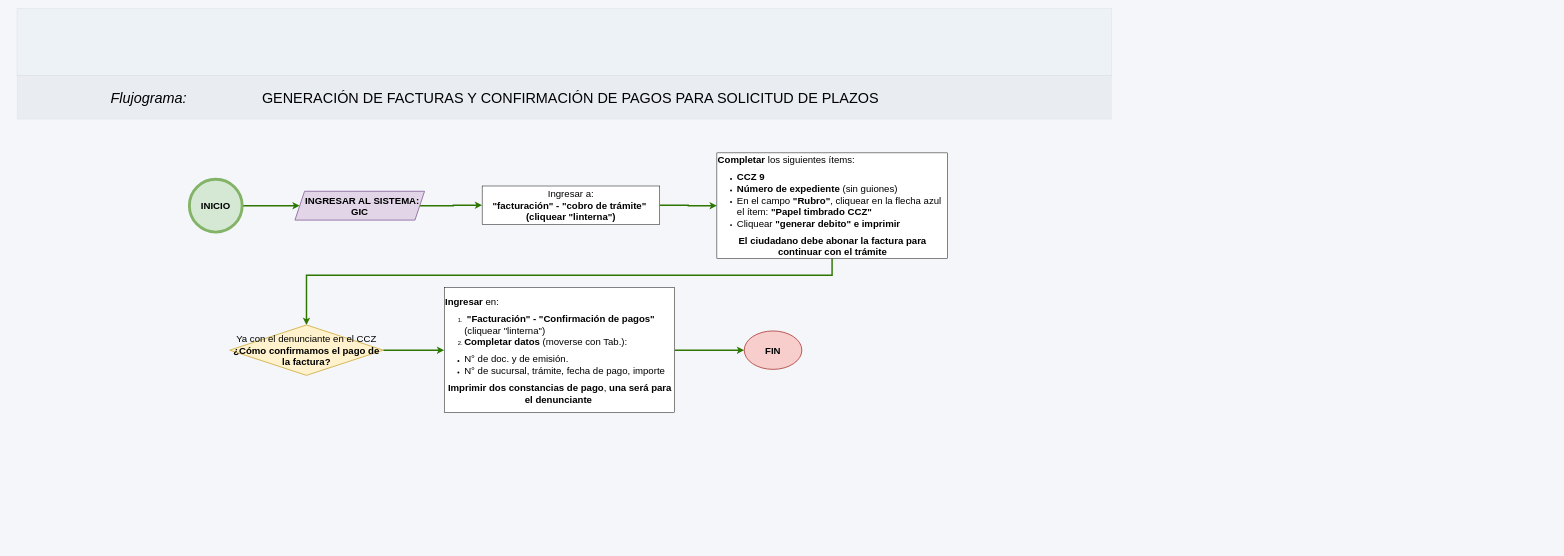
Before: Facturas_por_plazo/Factura por plazos.drawio in adlc20/Manual_de_procedimientos_ccz9, a draw.io diagram. Source tidied: cells renumbered, new cells numbered last; positions are measured from the earlier drawing's top-left corner, leaving out a move shared by most shapes. Both pictures are drawn from the tidied source at 48%, with x=0, y=0 at pixel (17, 8).
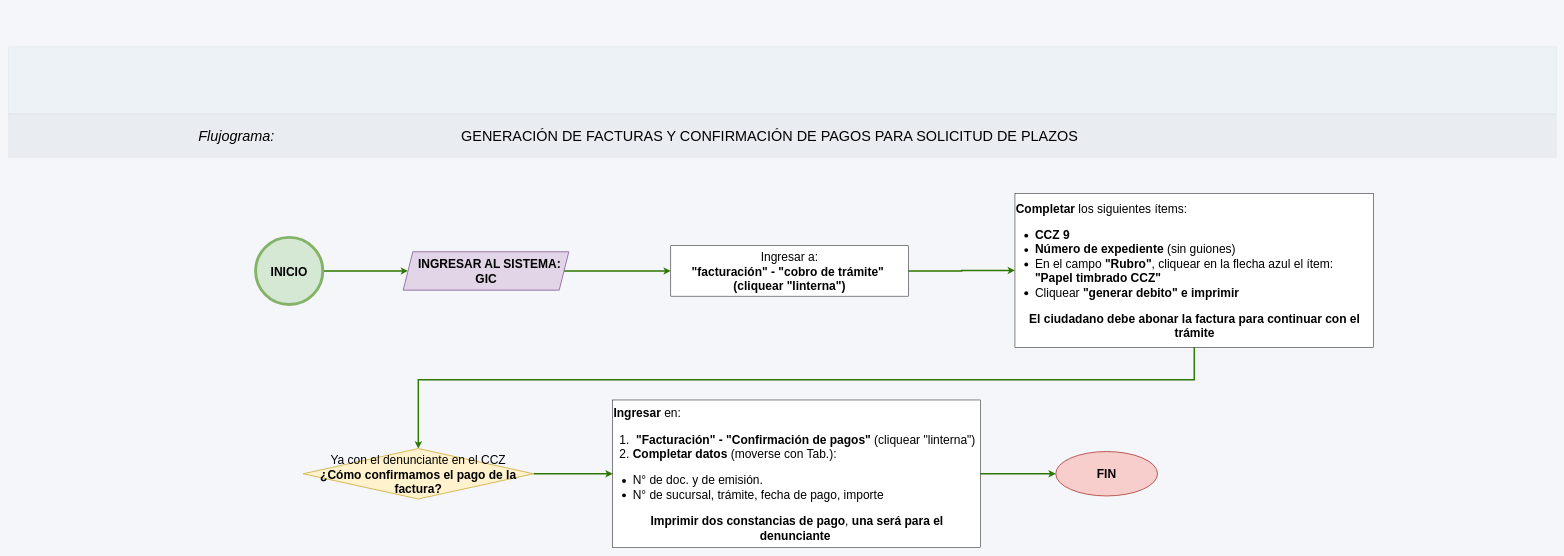
The same diagram, later.

What changed in the source:
```diff
@@
-    <mxCell id="2" style="verticalLabelPosition=bottom;verticalAlign=middle;html=1;shape=mxgraph.basic.patternFillRect;step=5;fillStrokeWidth=0.2;fillStrokeColor=#dddddd;fillColor=#EDF2F7;strokeWidth=0;dashed=1;dashPattern=1 4;rounded=1;align=center;fontFamily=Helvetica;fontSize=12;fontColor=#2D3748;" parent="1" vertex="1">
-      <mxGeometry width="2280" height="140" as="geometry" />
-    </mxCell>
-    <mxCell id="3" style="verticalLabelPosition=bottom;verticalAlign=top;html=1;shape=mxgraph.basic.patternFillRect;fillStyle=auto;step=5;fillStrokeWidth=0.2;fillStrokeColor=#dddddd;fillColor=#E0E5EB;strokeWidth=0;strokeColor=default;opacity=50;fontColor=#ffffff;shadow=0;comic=0;align=center;fontFamily=Helvetica;fontSize=12;gradientColor=none;" parent="1" vertex="1">
-      <mxGeometry y="140" width="2280" height="91" as="geometry" />
-    </mxCell>
+    <mxCell id="19" style="verticalLabelPosition=bottom;verticalAlign=middle;html=1;shape=mxgraph.basic.patternFillRect;step=5;fillStrokeWidth=0.2;fillStrokeColor=#dddddd;fillColor=#EDF2F7;strokeWidth=0;dashed=1;dashPattern=1 4;rounded=1;align=center;fontFamily=Helvetica;fontSize=12;fontColor=#2D3748;" parent="1" vertex="1">
+      <mxGeometry x="-18" y="80" width="3225" height="140" as="geometry" />
+    </mxCell>
+    <mxCell id="20" style="verticalLabelPosition=bottom;verticalAlign=top;html=1;shape=mxgraph.basic.patternFillRect;fillStyle=auto;step=5;fillStrokeWidth=0.2;fillStrokeColor=#dddddd;fillColor=#E0E5EB;strokeWidth=0;strokeColor=default;opacity=50;fontColor=#ffffff;shadow=0;comic=0;align=center;fontFamily=Helvetica;fontSize=12;gradientColor=none;" parent="1" vertex="1">
+      <mxGeometry x="-18" y="220" width="3225" height="91" as="geometry" />
+    </mxCell>
     <mxCell id="4" value="&lt;font style=&quot;font-size: 30px;&quot;&gt;&lt;i&gt;Flujograma:&lt;/i&gt;&lt;/font&gt;&amp;nbsp;" style="text;html=1;whiteSpace=wrap;strokeColor=none;fillColor=none;align=center;verticalAlign=middle;rounded=0;" parent="1" vertex="1">
-      <mxGeometry x="146" y="170.5" width="260" height="30" as="geometry" />
+      <mxGeometry x="329" y="250.5" width="260" height="30" as="geometry" />
     </mxCell>
     <mxCell id="5" value="&lt;span style=&quot;font-size: 30px;&quot;&gt;GENERACIÓN DE FACTURAS Y CONFIRMACIÓN DE PAGOS PARA SOLICITUD DE PLAZOS&lt;/span&gt;" style="text;html=1;whiteSpace=wrap;strokeColor=none;fillColor=none;align=center;verticalAlign=middle;rounded=0;" parent="1" vertex="1">
-      <mxGeometry x="478" y="150.5" width="1350" height="70" as="geometry" />
+      <mxGeometry x="893" y="230.5" width="1350" height="70" as="geometry" />
     </mxCell>
-    <mxCell id="6" style="edgeStyle=orthogonalEdgeStyle;rounded=0;jettySize=auto;html=1;exitX=1;exitY=0.5;exitDx=0;exitDy=0;fillColor=#60a917;strokeColor=#2D7600;strokeWidth=3;" parent="1" edge="1" source="7" target="9">
+    <mxCell id="6" style="edgeStyle=orthogonalEdgeStyle;rounded=0;jettySize=auto;html=1;exitX=1;exitY=0.5;exitDx=0;exitDy=0;fillColor=#60a917;strokeColor=#2D7600;strokeWidth=3;fontSize=25;" parent="1" edge="1" source="7" target="9">
       <mxGeometry relative="1" as="geometry" />
     </mxCell>
-    <mxCell id="7" value="&lt;font style=&quot;font-size: 20px;&quot;&gt;INICIO&lt;/font&gt;" style="ellipse;whiteSpace=wrap;html=1;fillColor=#d5e8d4;strokeColor=#82b366;strokeWidth=6;fontStyle=1;" parent="1" vertex="1">
-      <mxGeometry x="359" y="356" width="110" height="110" as="geometry" />
+    <mxCell id="7" value="&lt;font&gt;INICIO&lt;/font&gt;" style="ellipse;whiteSpace=wrap;html=1;fillColor=#d5e8d4;strokeColor=#82b366;strokeWidth=6;fontStyle=1;fontSize=25;" parent="1" vertex="1">
+      <mxGeometry x="497" y="477" width="140" height="140" as="geometry" />
     </mxCell>
-    <mxCell id="8" style="edgeStyle=orthogonalEdgeStyle;rounded=0;jettySize=auto;html=1;exitX=1;exitY=0.5;exitDx=0;exitDy=0;fillColor=#60a917;strokeColor=#2D7600;strokeWidth=3;" parent="1" edge="1" source="9" target="11">
+    <mxCell id="8" style="edgeStyle=orthogonalEdgeStyle;rounded=0;jettySize=auto;html=1;exitX=1;exitY=0.5;exitDx=0;exitDy=0;fillColor=#60a917;strokeColor=#2D7600;strokeWidth=3;fontSize=25;" parent="1" edge="1" source="9" target="11">
       <mxGeometry relative="1" as="geometry" />
     </mxCell>
-    <mxCell id="9" value="&lt;font style=&quot;font-size: 20px;&quot;&gt;&lt;b&gt;&amp;nbsp; &amp;nbsp;INGRESAR AL SISTEMA:&amp;nbsp;&lt;/b&gt;&lt;/font&gt;&lt;div&gt;&lt;font style=&quot;font-size: 20px;&quot;&gt;&lt;b&gt;GIC&lt;/b&gt;&lt;/font&gt;&lt;/div&gt;" style="shape=parallelogram;perimeter=parallelogramPerimeter;whiteSpace=wrap;html=1;fixedSize=1;fillColor=#e1d5e7;strokeColor=#9673a6;strokeWidth=2;" parent="1" vertex="1">
-      <mxGeometry x="579" y="381" width="270" height="60" as="geometry" />
+    <mxCell id="9" value="&lt;font&gt;&lt;b&gt;&amp;nbsp; &amp;nbsp;INGRESAR AL SISTEMA:&amp;nbsp;&lt;/b&gt;&lt;/font&gt;&lt;div&gt;&lt;font&gt;&lt;b&gt;GIC&lt;/b&gt;&lt;/font&gt;&lt;/div&gt;" style="shape=parallelogram;perimeter=parallelogramPerimeter;whiteSpace=wrap;html=1;fixedSize=1;fillColor=#e1d5e7;strokeColor=#9673a6;strokeWidth=2;fontSize=25;" parent="1" vertex="1">
+      <mxGeometry x="804.5" y="507" width="345" height="80" as="geometry" />
     </mxCell>
-    <mxCell id="10" style="edgeStyle=orthogonalEdgeStyle;rounded=0;jettySize=auto;html=1;exitX=1;exitY=0.5;exitDx=0;exitDy=0;fillColor=#60a917;strokeColor=#2D7600;strokeWidth=3;" parent="1" edge="1" source="11" target="13">
+    <mxCell id="10" style="edgeStyle=orthogonalEdgeStyle;rounded=0;jettySize=auto;html=1;exitX=1;exitY=0.5;exitDx=0;exitDy=0;fillColor=#60a917;strokeColor=#2D7600;strokeWidth=3;fontSize=25;" parent="1" edge="1" source="11" target="13">
       <mxGeometry relative="1" as="geometry" />
     </mxCell>
-    <mxCell id="11" value="&lt;font style=&quot;font-size: 20px;&quot;&gt;Ingresar a:&lt;/font&gt;&lt;div&gt;&lt;font style=&quot;font-size: 20px;&quot;&gt;&lt;b&gt; &quot;facturación&quot; -&lt;/b&gt; &lt;b&gt;&quot;cobro de trámite&quot;&lt;/b&gt;&amp;nbsp;&lt;/font&gt;&lt;/div&gt;&lt;div&gt;&lt;font style=&quot;font-size: 20px;&quot;&gt;&lt;b&gt;(cliquear &quot;linterna&quot;)&lt;/b&gt;&lt;/font&gt;&lt;/div&gt;" style="rounded=0;whiteSpace=wrap;html=1;" parent="1" vertex="1">
-      <mxGeometry x="969" y="370" width="370" height="80" as="geometry" />
+    <mxCell id="11" value="&lt;font&gt;Ingresar a:&lt;/font&gt;&lt;div&gt;&lt;font&gt;&lt;b&gt; &quot;facturación&quot; -&lt;/b&gt; &lt;b&gt;&quot;cobro de trámite&quot;&lt;/b&gt;&amp;nbsp;&lt;/font&gt;&lt;/div&gt;&lt;div&gt;&lt;font&gt;&lt;b&gt;(cliquear &quot;linterna&quot;)&lt;/b&gt;&lt;/font&gt;&lt;/div&gt;" style="rounded=0;whiteSpace=wrap;html=1;fontSize=25;" parent="1" vertex="1">
+      <mxGeometry x="1362" y="494.5" width="495" height="105" as="geometry" />
     </mxCell>
-    <mxCell id="12" style="edgeStyle=orthogonalEdgeStyle;rounded=0;jettySize=auto;html=1;exitX=0.5;exitY=1;exitDx=0;exitDy=0;entryX=0.5;entryY=0;entryDx=0;entryDy=0;fillColor=#60a917;strokeColor=#2D7600;strokeWidth=3;" parent="1" edge="1" source="13" target="15">
+    <mxCell id="12" style="edgeStyle=orthogonalEdgeStyle;rounded=0;jettySize=auto;html=1;exitX=0.5;exitY=1;exitDx=0;exitDy=0;entryX=0.5;entryY=0;entryDx=0;entryDy=0;fillColor=#60a917;strokeColor=#2D7600;strokeWidth=3;fontSize=25;" parent="1" edge="1" source="13" target="15">
       <mxGeometry relative="1" as="geometry">
         <Array as="points">
-          <mxPoint x="1672" y="555.9" />
-          <mxPoint x="628.9" y="555.9" />
+          <mxPoint x="2452.5" y="773.5" />
+          <mxPoint x="836" y="773.5" />
         </Array>
       </mxGeometry>
     </mxCell>
-    <mxCell id="13" value="&lt;font style=&quot;font-size: 20px;&quot;&gt;&lt;b&gt;Completar&lt;/b&gt; los siguientes ítems:&lt;/font&gt;&lt;div&gt;&lt;ul&gt;&lt;li&gt;&lt;font style=&quot;font-size: 20px;&quot;&gt;&lt;b&gt;CCZ 9&amp;nbsp;&lt;/b&gt;&lt;/font&gt;&lt;/li&gt;&lt;li&gt;&lt;font style=&quot;font-size: 20px;&quot;&gt;&lt;b&gt;Número de expediente &lt;/b&gt;(sin guiones)&lt;/font&gt;&lt;/li&gt;&lt;li&gt;&lt;font style=&quot;font-size: 20px;&quot;&gt;En el campo&lt;b&gt; &quot;Rubro&quot;&lt;/b&gt;, cliquear en la flecha azul el ítem: &lt;b&gt;&quot;Papel timbrado CCZ&quot;&lt;/b&gt;&amp;nbsp;&lt;/font&gt;&lt;/li&gt;&lt;li&gt;&lt;font style=&quot;font-size: 20px;&quot;&gt;Cliquear&lt;b&gt; &quot;generar debito&quot; e imprimir&lt;/b&gt;&lt;/font&gt;&lt;/li&gt;&lt;/ul&gt;&lt;span style=&quot;font-size: 20px;&quot;&gt;&lt;div style=&quot;text-align: center;&quot;&gt;&lt;b style=&quot;background-color: transparent; color: light-dark(rgb(0, 0, 0), rgb(255, 255, 255));&quot;&gt;El ciudadano debe abonar la factura para continuar con el trámite&lt;/b&gt;&lt;/div&gt;&lt;/span&gt;&lt;/div&gt;" style="rounded=0;whiteSpace=wrap;html=1;align=left;" parent="1" vertex="1">
-      <mxGeometry x="1458" y="301" width="480" height="220" as="geometry" />
+    <mxCell id="13" value="&lt;font&gt;&lt;b&gt;Completar&lt;/b&gt; los siguientes ítems:&lt;/font&gt;&lt;div&gt;&lt;ul&gt;&lt;li&gt;&lt;font&gt;&lt;b&gt;CCZ 9&amp;nbsp;&lt;/b&gt;&lt;/font&gt;&lt;/li&gt;&lt;li&gt;&lt;font&gt;&lt;b&gt;Número de expediente &lt;/b&gt;(sin guiones)&lt;/font&gt;&lt;/li&gt;&lt;li&gt;&lt;font&gt;En el campo&lt;b&gt; &quot;Rubro&quot;&lt;/b&gt;, cliquear en la flecha azul el ítem: &lt;b&gt;&quot;Papel timbrado CCZ&quot;&lt;/b&gt;&amp;nbsp;&lt;/font&gt;&lt;/li&gt;&lt;li&gt;&lt;font&gt;Cliquear&lt;b&gt; &quot;generar debito&quot; e imprimir&lt;/b&gt;&lt;/font&gt;&lt;/li&gt;&lt;/ul&gt;&lt;span&gt;&lt;div style=&quot;text-align: center;&quot;&gt;&lt;b style=&quot;background-color: transparent; color: light-dark(rgb(0, 0, 0), rgb(255, 255, 255));&quot;&gt;El ciudadano debe abonar la factura para continuar con el trámite&lt;/b&gt;&lt;/div&gt;&lt;/span&gt;&lt;/div&gt;" style="rounded=0;whiteSpace=wrap;html=1;align=left;fontSize=25;" parent="1" vertex="1">
+      <mxGeometry x="2079" y="386" width="747" height="320" as="geometry" />
     </mxCell>
-    <mxCell id="14" style="edgeStyle=orthogonalEdgeStyle;rounded=0;jettySize=auto;html=1;exitX=1;exitY=0.5;exitDx=0;exitDy=0;fillColor=#60a917;strokeColor=#2D7600;strokeWidth=3;" parent="1" edge="1" source="15" target="17">
+    <mxCell id="14" style="edgeStyle=orthogonalEdgeStyle;rounded=0;jettySize=auto;html=1;exitX=1;exitY=0.5;exitDx=0;exitDy=0;fillColor=#60a917;strokeColor=#2D7600;strokeWidth=3;fontSize=25;" parent="1" edge="1" source="15" target="17">
       <mxGeometry relative="1" as="geometry" />
     </mxCell>
-    <mxCell id="15" value="&lt;span style=&quot;font-size: 20px;&quot;&gt;Ya con el denunciante en el CCZ&lt;/span&gt;&lt;div&gt;&lt;span style=&quot;font-size: 20px;&quot;&gt;&lt;b&gt;¿Cómo confirmamos el pago de la factura?&lt;/b&gt;&lt;/span&gt;&lt;/div&gt;" style="rhombus;whiteSpace=wrap;html=1;fillColor=#fff2cc;strokeColor=#d6b656;strokeWidth=2;" parent="1" vertex="1">
-      <mxGeometry x="443" y="659.5" width="320" height="105" as="geometry" />
+    <mxCell id="15" value="&lt;span&gt;Ya con el denunciante en el CCZ&lt;/span&gt;&lt;div&gt;&lt;span&gt;&lt;b&gt;¿Cómo confirmamos el pago de la factura?&lt;/b&gt;&lt;/span&gt;&lt;/div&gt;" style="rhombus;whiteSpace=wrap;html=1;fillColor=#fff2cc;strokeColor=#d6b656;strokeWidth=2;fontSize=25;" parent="1" vertex="1">
+      <mxGeometry x="596" y="917" width="480" height="105" as="geometry" />
     </mxCell>
-    <mxCell id="16" style="edgeStyle=orthogonalEdgeStyle;rounded=0;jettySize=auto;html=1;exitX=1;exitY=0.5;exitDx=0;exitDy=0;fillColor=#60a917;strokeColor=#2D7600;strokeWidth=3;" parent="1" edge="1" source="17" target="18">
+    <mxCell id="16" style="edgeStyle=orthogonalEdgeStyle;rounded=0;jettySize=auto;html=1;exitX=1;exitY=0.5;exitDx=0;exitDy=0;fillColor=#60a917;strokeColor=#2D7600;strokeWidth=3;fontSize=25;" parent="1" edge="1" source="17" target="18">
       <mxGeometry relative="1" as="geometry" />
     </mxCell>
-    <mxCell id="17" value="&lt;span style=&quot;font-size: 20px;&quot;&gt;&lt;b&gt;Ingresar&lt;/b&gt; en:&lt;/span&gt;&lt;div&gt;&lt;ol&gt;&lt;li&gt;&lt;span style=&quot;font-size: 20px;&quot;&gt;&lt;b&gt;&amp;nbsp;&quot;Facturación&quot; - &quot;Confirmación de pagos&quot;&lt;/b&gt; (cliquear &quot;linterna&quot;)&lt;/span&gt;&lt;/li&gt;&lt;li&gt;&lt;span style=&quot;font-size: 20px;&quot;&gt;&lt;font style=&quot;color: rgb(0, 0, 0);&quot;&gt;&lt;b&gt;Completar datos&lt;/b&gt; (moverse con Tab.):&amp;nbsp;&lt;/font&gt;&lt;font style=&quot;color: rgb(255, 0, 0);&quot;&gt;&amp;nbsp;&lt;/font&gt;&lt;/span&gt;&lt;/li&gt;&lt;/ol&gt;&lt;ul&gt;&lt;li&gt;&lt;span style=&quot;color: light-dark(rgb(0, 0, 0), rgb(237, 237, 237)); font-size: 20px; background-color: transparent;&quot;&gt;N° de doc. y de emisión.&lt;/span&gt;&lt;/li&gt;&lt;li&gt;&lt;span style=&quot;color: light-dark(rgb(0, 0, 0), rgb(237, 237, 237)); font-size: 20px; background-color: transparent;&quot;&gt;N° de sucursal, trámite, fecha de pago, importe&amp;nbsp;&lt;/span&gt;&lt;/li&gt;&lt;/ul&gt;&lt;b style=&quot;font-size: 20px; background-color: transparent; color: light-dark(rgb(0, 0, 0), rgb(255, 255, 255));&quot;&gt;&lt;div style=&quot;text-align: center;&quot;&gt;&lt;b style=&quot;background-color: transparent; color: light-dark(rgb(0, 0, 0), rgb(255, 255, 255));&quot;&gt;Imprimir dos constancias de pago&lt;/b&gt;&lt;span style=&quot;background-color: transparent; color: light-dark(rgb(0, 0, 0), rgb(255, 255, 255)); font-weight: normal;&quot;&gt;, &lt;/span&gt;&lt;b style=&quot;background-color: transparent; color: light-dark(rgb(0, 0, 0), rgb(255, 255, 255));&quot;&gt;una será para el denunciante&lt;/b&gt;&lt;span style=&quot;background-color: transparent; color: light-dark(rgb(0, 0, 0), rgb(255, 255, 255)); font-weight: normal;&quot;&gt;&amp;nbsp;&lt;/span&gt;&lt;/div&gt;&lt;/b&gt;&lt;/div&gt;" style="rounded=0;whiteSpace=wrap;html=1;align=left;" parent="1" vertex="1">
-      <mxGeometry x="890" y="582" width="480" height="260" as="geometry" />
+    <mxCell id="17" value="&lt;span&gt;&lt;b&gt;Ingresar&lt;/b&gt; en:&lt;/span&gt;&lt;div&gt;&lt;ol&gt;&lt;li&gt;&lt;span&gt;&lt;b&gt;&amp;nbsp;&quot;Facturación&quot; - &quot;Confirmación de pagos&quot;&lt;/b&gt; (cliquear &quot;linterna&quot;)&lt;/span&gt;&lt;/li&gt;&lt;li&gt;&lt;span&gt;&lt;font style=&quot;color: rgb(0, 0, 0);&quot;&gt;&lt;b&gt;Completar datos&lt;/b&gt; (moverse con Tab.):&amp;nbsp;&lt;/font&gt;&lt;font style=&quot;color: rgb(255, 0, 0);&quot;&gt;&amp;nbsp;&lt;/font&gt;&lt;/span&gt;&lt;/li&gt;&lt;/ol&gt;&lt;ul&gt;&lt;li&gt;&lt;span style=&quot;color: light-dark(rgb(0, 0, 0), rgb(237, 237, 237)); background-color: transparent;&quot;&gt;N° de doc. y de emisión.&lt;/span&gt;&lt;/li&gt;&lt;li&gt;&lt;span style=&quot;color: light-dark(rgb(0, 0, 0), rgb(237, 237, 237)); background-color: transparent;&quot;&gt;N° de sucursal, trámite, fecha de pago, importe&amp;nbsp;&lt;/span&gt;&lt;/li&gt;&lt;/ul&gt;&lt;b style=&quot;background-color: transparent; color: light-dark(rgb(0, 0, 0), rgb(255, 255, 255));&quot;&gt;&lt;div style=&quot;text-align: center;&quot;&gt;&lt;b style=&quot;background-color: transparent; color: light-dark(rgb(0, 0, 0), rgb(255, 255, 255));&quot;&gt;Imprimir dos constancias de pago&lt;/b&gt;&lt;span style=&quot;background-color: transparent; color: light-dark(rgb(0, 0, 0), rgb(255, 255, 255)); font-weight: normal;&quot;&gt;, &lt;/span&gt;&lt;b style=&quot;background-color: transparent; color: light-dark(rgb(0, 0, 0), rgb(255, 255, 255));&quot;&gt;una será para el denunciante&lt;/b&gt;&lt;span style=&quot;background-color: transparent; color: light-dark(rgb(0, 0, 0), rgb(255, 255, 255)); font-weight: normal;&quot;&gt;&amp;nbsp;&lt;/span&gt;&lt;/div&gt;&lt;/b&gt;&lt;/div&gt;" style="rounded=0;whiteSpace=wrap;html=1;align=left;fontSize=25;" parent="1" vertex="1">
+      <mxGeometry x="1241" y="815.8" width="766" height="307.5" as="geometry" />
     </mxCell>
-    <mxCell id="18" value="&lt;font style=&quot;font-size: 20px;&quot;&gt;&lt;b&gt;FIN&lt;/b&gt;&lt;/font&gt;" style="ellipse;whiteSpace=wrap;html=1;shapeInside=1;fillColor=#f8cecc;strokeColor=#b85450;strokeWidth=2;" parent="1" vertex="1">
-      <mxGeometry x="1515" y="672" width="120" height="80" as="geometry" />
+    <mxCell id="18" value="&lt;font&gt;&lt;b&gt;FIN&lt;/b&gt;&lt;/font&gt;" style="ellipse;whiteSpace=wrap;html=1;shapeInside=1;fillColor=#f8cecc;strokeColor=#b85450;strokeWidth=2;fontSize=25;" parent="1" vertex="1">
+      <mxGeometry x="2164" y="923.2" width="212" height="92.5" as="geometry" />
     </mxCell>
```
